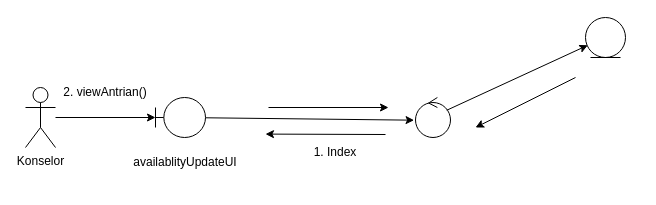
The draw.io diagram Mini-Proj/MP_CC_EntryDD.drawio in mahesri/uml_ads_sms3, before the edit. Source tidied: cells renumbered, new cells numbered last; positions are measured from the earlier drawing's top-left corner, leaving out a move shared by most shapes. Both pictures are drawn from the tidied source at 100%, with x=0, y=0 at pixel (25, 17).
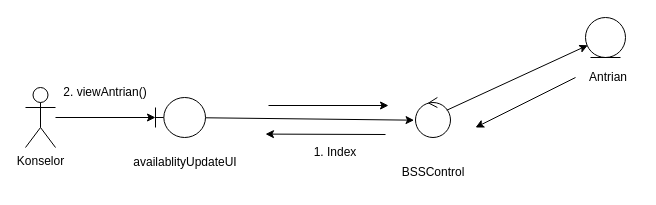
The same diagram, later.

Diff of the diagram source:
```diff
@@
     <mxCell id="8" style="endArrow=classic;html=1;rounded=0;" parent="1" edge="1">
       <mxGeometry relative="1" as="geometry">
-        <mxPoint x="243" y="90" as="sourcePoint" />
-        <mxPoint x="363" y="90" as="targetPoint" />
+        <mxPoint x="243" y="88" as="sourcePoint" />
+        <mxPoint x="363" y="88" as="targetPoint" />
       </mxGeometry>
     </mxCell>
@@
+    <mxCell id="15" value="BSSControl" style="text;html=1;strokeColor=none;fillColor=none;align=center;verticalAlign=middle;whiteSpace=wrap;rounded=0;" parent="1" vertex="1">
+      <mxGeometry x="377.5" y="140" width="60" height="30" as="geometry" />
+    </mxCell>
+    <mxCell id="16" value="Antrian" style="text;html=1;strokeColor=none;fillColor=none;align=center;verticalAlign=middle;whiteSpace=wrap;rounded=0;" parent="1" vertex="1">
+      <mxGeometry x="553" y="45" width="60" height="30" as="geometry" />
+    </mxCell>
```
